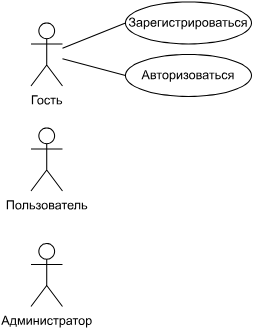
AskaryanKarine/DoramaSet keeps this draw.io diagram as docs/img/use-case.svg. Above is the earlier version. Source tidied: cells renumbered, new cells last; positions are measured from the earlier drawing's top-left corner, leaving out a move shared by most shapes. The source it was exported from:
```xml
<mxGraphModel>
  <root>
    <mxCell id="0" />
    <mxCell id="1" parent="0" />
    <mxCell id="2" style="rounded=0;jettySize=auto;html=1;entryX=0;entryY=0.5;entryDx=0;entryDy=0;endArrow=none;endFill=0;" parent="1" edge="1" source="4" target="5">
      <mxGeometry relative="1" as="geometry" />
    </mxCell>
    <mxCell id="3" style="edgeStyle=none;rounded=0;jettySize=auto;html=1;entryX=0;entryY=0.5;entryDx=0;entryDy=0;endArrow=none;endFill=0;" parent="1" edge="1" source="4" target="6">
      <mxGeometry relative="1" as="geometry" />
    </mxCell>
    <mxCell id="4" value="Гость" style="shape=umlActor;verticalLabelPosition=bottom;verticalAlign=top;html=1;outlineConnect=0;" parent="1" vertex="1">
      <mxGeometry y="20" width="30" height="60" as="geometry" />
    </mxCell>
    <mxCell id="5" value="Зарегистрироваться" style="ellipse;whiteSpace=wrap;html=1;" parent="1" vertex="1">
      <mxGeometry x="90" width="120" height="40" as="geometry" />
    </mxCell>
    <mxCell id="6" value="Авторизоваться" style="ellipse;whiteSpace=wrap;html=1;" parent="1" vertex="1">
      <mxGeometry x="90" y="50" width="120" height="40" as="geometry" />
    </mxCell>
    <mxCell id="7" value="Пользователь" style="shape=umlActor;verticalLabelPosition=bottom;verticalAlign=top;html=1;outlineConnect=0;" parent="1" vertex="1">
      <mxGeometry y="120" width="30" height="60" as="geometry" />
    </mxCell>
    <mxCell id="8" value="Администратор" style="shape=umlActor;verticalLabelPosition=bottom;verticalAlign=top;html=1;outlineConnect=0;" parent="1" vertex="1">
      <mxGeometry y="230" width="30" height="60" as="geometry" />
    </mxCell>
  </root>
</mxGraphModel>
```
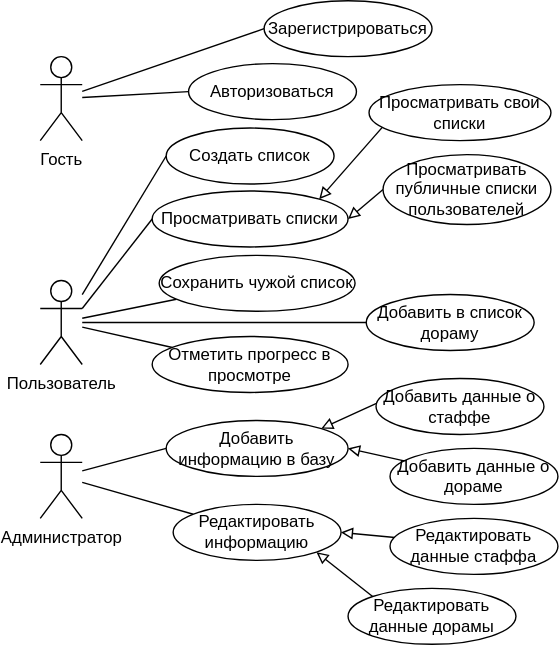
The same file after the commit.

Commit message:
added finished use-case diagram

What changed in the source:
```diff
@@ -12,16 +12,96 @@
       <mxGeometry y="20" width="30" height="60" as="geometry" />
     </mxCell>
     <mxCell id="5" value="Зарегистрироваться" style="ellipse;whiteSpace=wrap;html=1;" parent="1" vertex="1">
-      <mxGeometry x="90" width="120" height="40" as="geometry" />
+      <mxGeometry x="160" y="-20" width="120" height="40" as="geometry" />
     </mxCell>
     <mxCell id="6" value="Авторизоваться" style="ellipse;whiteSpace=wrap;html=1;" parent="1" vertex="1">
-      <mxGeometry x="90" y="50" width="120" height="40" as="geometry" />
+      <mxGeometry x="106" y="25" width="120" height="40" as="geometry" />
     </mxCell>
+    <mxCell id="9" style="rounded=0;jettySize=auto;html=1;entryX=0;entryY=0.5;entryDx=0;entryDy=0;endArrow=none;endFill=0;" parent="1" edge="1" target="13">
+      <mxGeometry relative="1" as="geometry">
+        <mxPoint x="30" y="190" as="sourcePoint" />
+      </mxGeometry>
+    </mxCell>
+    <mxCell id="10" style="edgeStyle=none;rounded=0;jettySize=auto;html=1;entryX=0;entryY=0.5;entryDx=0;entryDy=0;endArrow=none;endFill=0;exitX=1;exitY=0.3333333333333333;exitDx=0;exitDy=0;exitPerimeter=0;" parent="1" edge="1" source="7" target="15">
+      <mxGeometry relative="1" as="geometry" />
+    </mxCell>
+    <mxCell id="11" style="rounded=0;jettySize=auto;html=1;entryX=0;entryY=0.5;entryDx=0;entryDy=0;endArrow=none;endFill=0;" parent="1" edge="1" source="7" target="32">
+      <mxGeometry relative="1" as="geometry" />
+    </mxCell>
     <mxCell id="7" value="Пользователь" style="shape=umlActor;verticalLabelPosition=bottom;verticalAlign=top;html=1;outlineConnect=0;" parent="1" vertex="1">
-      <mxGeometry y="120" width="30" height="60" as="geometry" />
+      <mxGeometry y="180" width="30" height="60" as="geometry" />
     </mxCell>
+    <mxCell id="12" style="edgeStyle=none;rounded=0;jettySize=auto;html=1;entryX=0;entryY=0.5;entryDx=0;entryDy=0;endArrow=none;endFill=0;" parent="1" edge="1" source="8" target="14">
+      <mxGeometry relative="1" as="geometry" />
+    </mxCell>
     <mxCell id="8" value="Администратор" style="shape=umlActor;verticalLabelPosition=bottom;verticalAlign=top;html=1;outlineConnect=0;" parent="1" vertex="1">
-      <mxGeometry y="230" width="30" height="60" as="geometry" />
+      <mxGeometry y="290" width="30" height="60" as="geometry" />
     </mxCell>
+    <mxCell id="13" value="Создать список" style="ellipse;whiteSpace=wrap;html=1;" parent="1" vertex="1">
+      <mxGeometry x="90" y="71" width="120" height="40" as="geometry" />
+    </mxCell>
+    <mxCell id="14" value="Добавить информацию в базу" style="ellipse;whiteSpace=wrap;html=1;" parent="1" vertex="1">
+      <mxGeometry x="90" y="280" width="130" height="40" as="geometry" />
+    </mxCell>
+    <mxCell id="15" value="Просматривать списки" style="ellipse;whiteSpace=wrap;html=1;" parent="1" vertex="1">
+      <mxGeometry x="80" y="116" width="140" height="40" as="geometry" />
+    </mxCell>
+    <mxCell id="16" style="edgeStyle=none;rounded=0;jettySize=auto;html=1;endArrow=block;endFill=0;exitX=0.075;exitY=0.755;exitDx=0;exitDy=0;exitPerimeter=0;entryX=1;entryY=0;entryDx=0;entryDy=0;" parent="1" edge="1" source="17" target="15">
+      <mxGeometry relative="1" as="geometry" />
+    </mxCell>
+    <mxCell id="17" value="Просматривать свои списки" style="ellipse;whiteSpace=wrap;html=1;" parent="1" vertex="1">
+      <mxGeometry x="235" y="40" width="130" height="40" as="geometry" />
+    </mxCell>
+    <mxCell id="18" style="edgeStyle=none;rounded=0;jettySize=auto;html=1;exitX=0;exitY=0.5;exitDx=0;exitDy=0;entryX=1;entryY=0.5;entryDx=0;entryDy=0;endArrow=block;endFill=0;" parent="1" edge="1" source="19" target="15">
+      <mxGeometry relative="1" as="geometry" />
+    </mxCell>
+    <mxCell id="19" value="Просматривать публичные списки пользователей" style="ellipse;whiteSpace=wrap;html=1;" parent="1" vertex="1">
+      <mxGeometry x="245" y="90" width="120" height="50" as="geometry" />
+    </mxCell>
+    <mxCell id="20" style="edgeStyle=none;rounded=0;jettySize=auto;html=1;endArrow=none;endFill=0;" parent="1" edge="1" source="21" target="8">
+      <mxGeometry relative="1" as="geometry" />
+    </mxCell>
+    <mxCell id="21" value="Редактировать информацию" style="ellipse;whiteSpace=wrap;html=1;" parent="1" vertex="1">
+      <mxGeometry x="95" y="340" width="120" height="40" as="geometry" />
+    </mxCell>
+    <mxCell id="22" style="edgeStyle=none;rounded=0;jettySize=auto;html=1;endArrow=block;endFill=0;entryX=1;entryY=0.5;entryDx=0;entryDy=0;exitX=0.029;exitY=0.341;exitDx=0;exitDy=0;exitPerimeter=0;" parent="1" edge="1" source="23" target="21">
+      <mxGeometry relative="1" as="geometry" />
+    </mxCell>
+    <mxCell id="23" value="Редактировать данные стаффа" style="ellipse;whiteSpace=wrap;html=1;" parent="1" vertex="1">
+      <mxGeometry x="250" y="350" width="120" height="40" as="geometry" />
+    </mxCell>
+    <mxCell id="24" style="edgeStyle=none;rounded=0;jettySize=auto;html=1;endArrow=block;endFill=0;entryX=1;entryY=1;entryDx=0;entryDy=0;exitX=0;exitY=0;exitDx=0;exitDy=0;" parent="1" edge="1" source="25" target="21">
+      <mxGeometry relative="1" as="geometry" />
+    </mxCell>
+    <mxCell id="25" value="Редактировать данные дорамы" style="ellipse;whiteSpace=wrap;html=1;" parent="1" vertex="1">
+      <mxGeometry x="220" y="400" width="120" height="40" as="geometry" />
+    </mxCell>
+    <mxCell id="26" style="edgeStyle=none;rounded=0;jettySize=auto;html=1;entryX=1;entryY=0;entryDx=0;entryDy=0;endArrow=block;endFill=0;exitX=0.022;exitY=0.417;exitDx=0;exitDy=0;exitPerimeter=0;" parent="1" edge="1" source="27" target="14">
+      <mxGeometry relative="1" as="geometry" />
+    </mxCell>
+    <mxCell id="27" value="Добавить данные о стаффе" style="ellipse;whiteSpace=wrap;html=1;" parent="1" vertex="1">
+      <mxGeometry x="240" y="250" width="120" height="40" as="geometry" />
+    </mxCell>
+    <mxCell id="28" style="edgeStyle=none;rounded=0;jettySize=auto;html=1;entryX=1;entryY=0.5;entryDx=0;entryDy=0;endArrow=block;endFill=0;" parent="1" edge="1" source="29" target="14">
+      <mxGeometry relative="1" as="geometry" />
+    </mxCell>
+    <mxCell id="29" value="Добавить данные о дораме" style="ellipse;whiteSpace=wrap;html=1;" parent="1" vertex="1">
+      <mxGeometry x="250" y="300" width="120" height="40" as="geometry" />
+    </mxCell>
+    <mxCell id="30" style="edgeStyle=none;rounded=0;jettySize=auto;html=1;endArrow=none;endFill=0;" parent="1" edge="1" source="31" target="7">
+      <mxGeometry relative="1" as="geometry" />
+    </mxCell>
+    <mxCell id="31" value="Сохранить чужой список" style="ellipse;whiteSpace=wrap;html=1;" parent="1" vertex="1">
+      <mxGeometry x="85" y="162" width="140" height="40" as="geometry" />
+    </mxCell>
+    <mxCell id="32" value="Добавить в список дораму" style="ellipse;whiteSpace=wrap;html=1;" parent="1" vertex="1">
+      <mxGeometry x="233" y="190" width="120" height="40" as="geometry" />
+    </mxCell>
+    <mxCell id="33" style="edgeStyle=none;rounded=0;jettySize=auto;html=1;endArrow=none;endFill=0;" parent="1" edge="1" source="34" target="7">
+      <mxGeometry relative="1" as="geometry" />
+    </mxCell>
+    <mxCell id="34" value="Отметить прогресс в просмотре" style="ellipse;whiteSpace=wrap;html=1;" parent="1" vertex="1">
+      <mxGeometry x="80" y="220" width="140" height="40" as="geometry" />
+    </mxCell>
   </root>
 </mxGraphModel>
```
